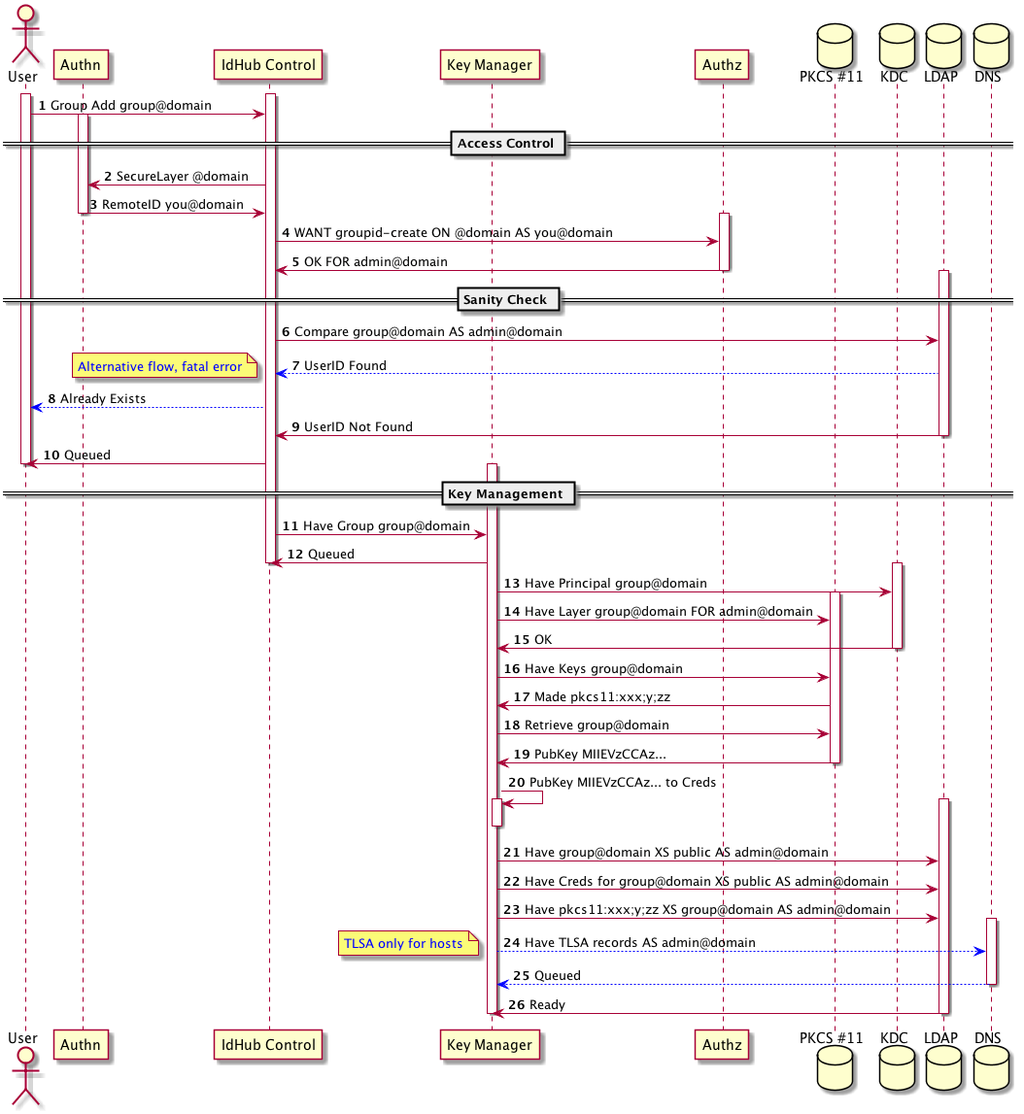
The PlantUML diagram group-add.png in arpa2/identityhub-design, before a commit.
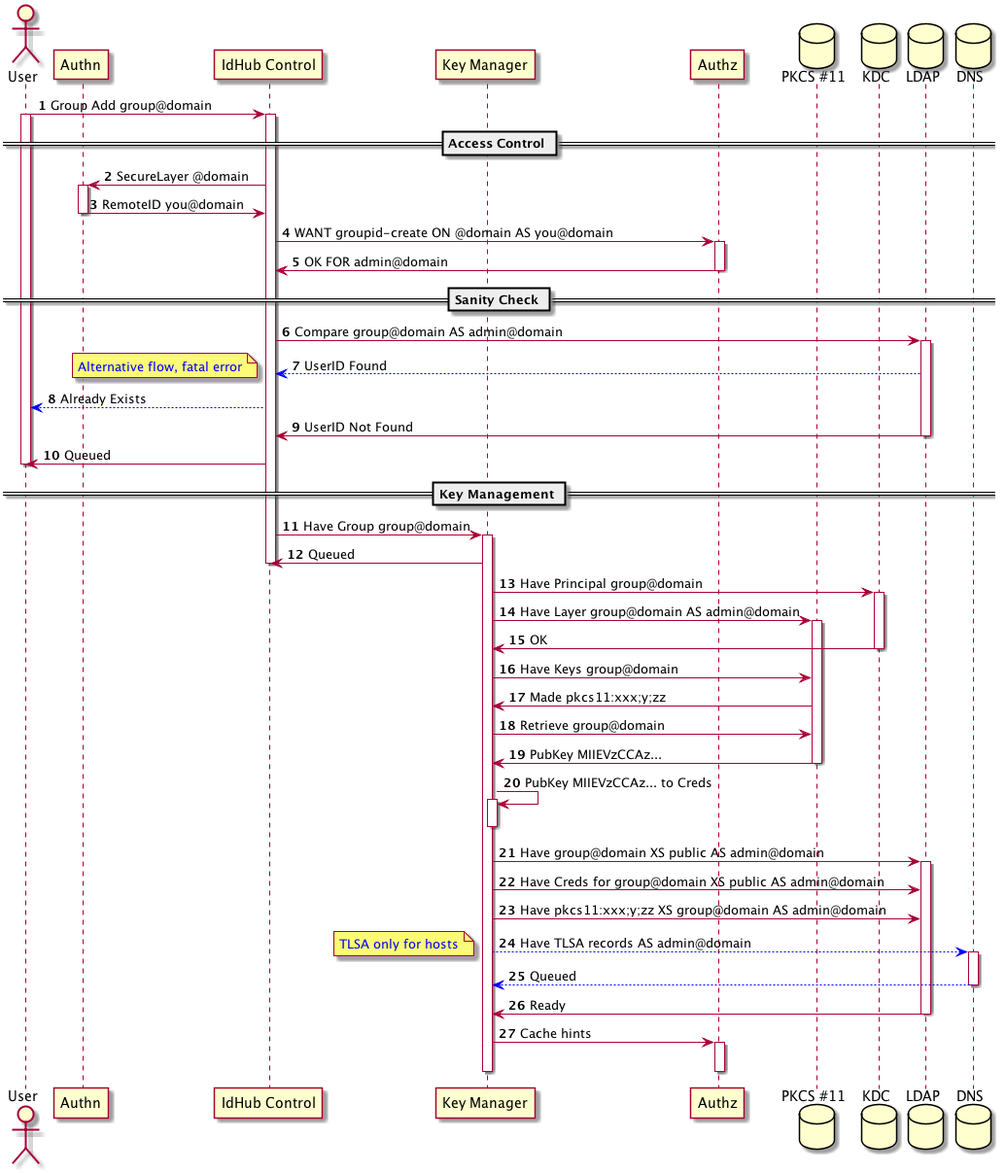
After the change.

Diff of the diagram source:
```diff
@@ -12,26 +12,26 @@
 
 autonumber
 
+User -> Control: Group Add group@domain
 activate User
 activate Control
-User -> Control: Group Add group@domain
 
 == Access Control ==
 
+	Control -> Authn: SecureLayer @domain
 	activate Authn
-	Control -> Authn: SecureLayer @domain
 	Authn -> Control: RemoteID you@domain
 	deactivate Authn
 
+	Control -> Authz: WANT groupid-create ON @domain AS you@domain
 	activate Authz
-	Control -> Authz: WANT groupid-create ON @domain AS you@domain
 	Authz -> Control: OK FOR admin@domain
 	deactivate Authz
 
 == Sanity Check ==
 
+	Control -> LDAP: Compare group@domain AS admin@domain
 	activate LDAP
-	Control -> LDAP: Compare group@domain AS admin@domain
 	LDAP -[#blue]-> Control: UserID Found
 note left: <color:blue>Alternative flow, fatal error</color>
 Control -[#blue]-> User: Already Exists
@@ -43,16 +43,16 @@
 
 == Key Management ==
 
+	Control -> KeyManager: Have Group group@domain
 	activate KeyManager
-	Control -> KeyManager: Have Group group@domain
 	KeyManager -> Control: Queued
 deactivate Control
 
+			KeyManager -> KDC: Have Principal group@domain
 			activate KDC
-			KeyManager -> KDC: Have Principal group@domain
 
+		KeyManager -> PKCS11: Have Layer group@domain AS admin@domain
 		activate PKCS11
-		KeyManager -> PKCS11: Have Layer group@domain FOR admin@domain
 
 			KDC -> KeyManager: OK
 			deactivate KDC
@@ -70,13 +70,13 @@
 	activate KeyManager
 	deactivate KeyManager
 
+	KeyManager -> LDAP: Have group@domain XS public AS admin@domain
 	activate LDAP
-	KeyManager -> LDAP: Have group@domain XS public AS admin@domain
 	KeyManager -> LDAP: Have Creds for group@domain XS public AS admin@domain
 	KeyManager -> LDAP: Have pkcs11:xxx;y;zz XS group@domain AS admin@domain
 
+		KeyManager -[#blue]-> DNS: Have TLSA records AS admin@domain
 		activate DNS
-		KeyManager -[#blue]-> DNS: Have TLSA records AS admin@domain
 		note left: <color:blue>TLSA only for hosts</color>
 		DNS -[#blue]-> KeyManager: Queued
 		deactivate DNS
@@ -84,6 +84,10 @@
 	LDAP -> KeyManager: Ready
 	deactivate LDAP
 
+	KeyManager -> Authz: Cache hints
+	activate Authz
+	deactivate Authz
+
 	deactivate KeyManager
 
 @enduml
```
